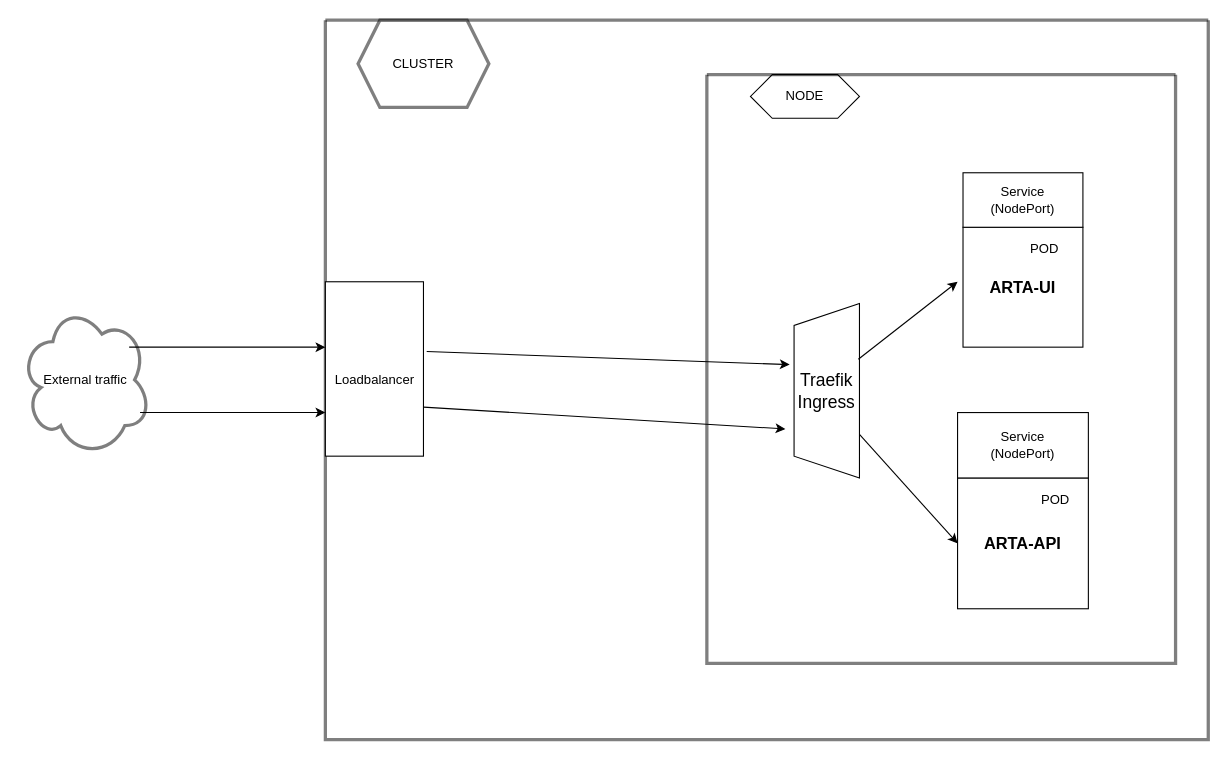
This is Untitled Diagram.drawio from Ashwin-Raj18/git-flow, a draw.io file, before an edit. Source tidied: cells renumbered, new cells numbered last; positions are measured from the earlier drawing's top-left corner, leaving out a move shared by most shapes. Both pictures are drawn from the tidied source at 109%, with x=0, y=0 at pixel (20, 20).
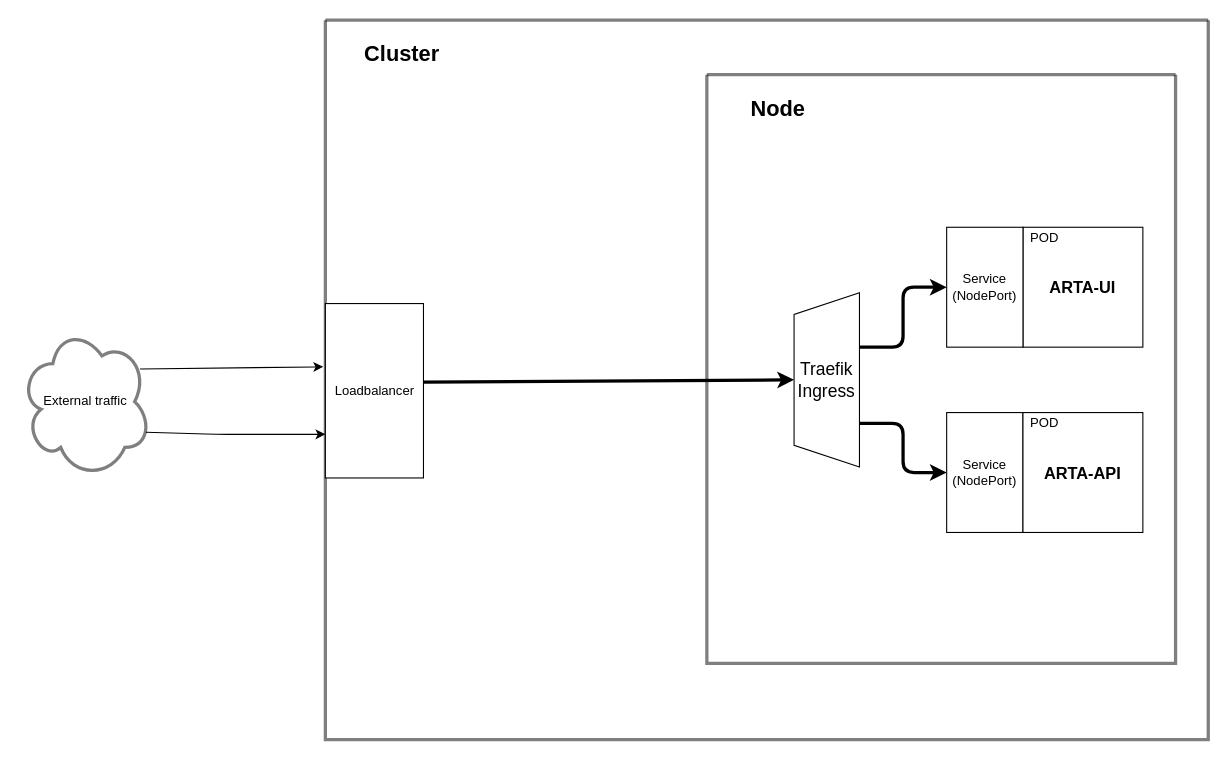
After the change.

The change refers to these unchanged cells:
```xml
<mxCell id="7" style="swimlane;startSize=0;strokeWidth=3;opacity=50;" parent="1" vertex="1">
  <mxGeometry x="280" width="810" height="660" as="geometry" />
</mxCell>
<mxCell id="15" style="swimlane;startSize=0;strokeWidth=3;opacity=50;" parent="7" vertex="1">
  <mxGeometry x="350" y="50" width="430" height="540" as="geometry" />
</mxCell>
```

The edit, as a diff of the source:
```diff
@@
-    <mxCell id="2" value="&lt;b&gt;&lt;font style=&quot;font-size: 15px&quot;&gt;ARTA-UI&lt;/font&gt;&lt;/b&gt;" style="whiteSpace=wrap;html=1;" parent="1" vertex="1">
-      <mxGeometry x="865" y="190" width="110" height="110" as="geometry" />
-    </mxCell>
-    <mxCell id="3" value="&lt;span&gt;Service&lt;/span&gt;&lt;br&gt;&lt;span&gt;(NodePort)&lt;/span&gt;" style="rounded=0;whiteSpace=wrap;html=1;" parent="1" vertex="1">
-      <mxGeometry x="865" y="140" width="110" height="50" as="geometry" />
-    </mxCell>
-    <mxCell id="4" value="&lt;b&gt;&lt;font style=&quot;font-size: 15px&quot;&gt;ARTA-API&lt;/font&gt;&lt;/b&gt;" style="whiteSpace=wrap;html=1;" parent="1" vertex="1">
-      <mxGeometry x="860" y="420" width="120" height="120" as="geometry" />
-    </mxCell>
-    <mxCell id="5" value="Service&lt;br&gt;(NodePort)" style="rounded=0;whiteSpace=wrap;html=1;" parent="1" vertex="1">
-      <mxGeometry x="860" y="360" width="120" height="60" as="geometry" />
-    </mxCell>
-    <mxCell id="6" value="NODE" style="shape=hexagon;perimeter=hexagonPerimeter2;whiteSpace=wrap;html=1;fixedSize=1;" parent="1" vertex="1">
-      <mxGeometry x="670" y="50" width="100" height="40" as="geometry" />
-    </mxCell>
@@
     <mxCell id="8" style="rounded=0;whiteSpace=wrap;html=1;" parent="7" vertex="1">
-      <mxGeometry y="240" width="90" height="160" as="geometry" />
+      <mxGeometry y="260" width="90" height="160" as="geometry" />
     </mxCell>
     <mxCell id="9" value="Loadbalancer" style="text;html=1;strokeColor=none;fillColor=none;align=center;verticalAlign=middle;whiteSpace=wrap;rounded=0;opacity=50;rotation=0;" parent="7" vertex="1">
-      <mxGeometry x="-7.5" y="320" width="105" height="20" as="geometry" />
+      <mxGeometry x="-7.5" y="330" width="105" height="20" as="geometry" />
     </mxCell>
-    <mxCell id="10" style="endArrow=classic;html=1;entryX=0.281;entryY=-0.133;entryDx=0;entryDy=0;entryPerimeter=0;" parent="7" edge="1" target="12">
-      <mxGeometry relative="1" as="geometry">
-        <mxPoint x="90" y="355" as="sourcePoint" />
-      </mxGeometry>
-    </mxCell>
-    <mxCell id="11" value="CLUSTER" style="shape=hexagon;perimeter=hexagonPerimeter2;whiteSpace=wrap;html=1;fixedSize=1;strokeWidth=3;opacity=50;" parent="7" vertex="1">
-      <mxGeometry x="30" width="120" height="80" as="geometry" />
-    </mxCell>
-    <mxCell id="12" value="&lt;span style=&quot;font-size: 16px&quot;&gt;Traefik&lt;/span&gt;&lt;br style=&quot;font-size: 16px&quot;&gt;&lt;span style=&quot;font-size: 16px&quot;&gt;Ingress&lt;/span&gt;" style="shape=trapezoid;perimeter=trapezoidPerimeter;whiteSpace=wrap;html=1;fixedSize=1;direction=north;" parent="7" vertex="1">
-      <mxGeometry x="430" y="260" width="60" height="160" as="geometry" />
-    </mxCell>
-    <mxCell id="13" style="endArrow=classic;html=1;exitX=1.033;exitY=0.4;exitDx=0;exitDy=0;exitPerimeter=0;entryX=0.65;entryY=-0.067;entryDx=0;entryDy=0;entryPerimeter=0;" parent="7" edge="1" source="8" target="12">
-      <mxGeometry relative="1" as="geometry" />
-    </mxCell>
@@
+    <mxCell id="22" value="&lt;font style=&quot;font-size: 20px&quot;&gt;&lt;b&gt;Node&lt;/b&gt;&lt;/font&gt;" style="text;html=1;align=center;verticalAlign=middle;strokeColor=none;" parent="15" vertex="1">
+      <mxGeometry x="30" y="20" width="70" height="20" as="geometry" />
+    </mxCell>
+    <mxCell id="12" value="&lt;span style=&quot;font-size: 16px&quot;&gt;Traefik&lt;/span&gt;&lt;br style=&quot;font-size: 16px&quot;&gt;&lt;span style=&quot;font-size: 16px&quot;&gt;Ingress&lt;/span&gt;" style="shape=trapezoid;perimeter=trapezoidPerimeter;whiteSpace=wrap;html=1;fixedSize=1;direction=north;" parent="15" vertex="1">
+      <mxGeometry x="80" y="200" width="60" height="160" as="geometry" />
+    </mxCell>
+    <mxCell id="2" value="&lt;b&gt;&lt;font style=&quot;font-size: 15px&quot;&gt;ARTA-UI&lt;/font&gt;&lt;/b&gt;" style="whiteSpace=wrap;html=1;" parent="15" vertex="1">
+      <mxGeometry x="290" y="140" width="110" height="110" as="geometry" />
+    </mxCell>
+    <mxCell id="3" value="&lt;span&gt;Service&lt;/span&gt;&lt;br&gt;&lt;span&gt;(NodePort)&lt;/span&gt;" style="rounded=0;whiteSpace=wrap;html=1;" parent="15" vertex="1">
+      <mxGeometry x="220" y="140" width="70" height="110" as="geometry" />
+    </mxCell>
+    <mxCell id="5" value="Service&lt;br&gt;(NodePort)" style="rounded=0;whiteSpace=wrap;html=1;" parent="15" vertex="1">
+      <mxGeometry x="220" y="310" width="70" height="110" as="geometry" />
+    </mxCell>
+    <mxCell id="4" value="&lt;b&gt;&lt;font style=&quot;font-size: 15px&quot;&gt;ARTA-API&lt;/font&gt;&lt;/b&gt;" style="whiteSpace=wrap;html=1;" parent="15" vertex="1">
+      <mxGeometry x="290" y="310" width="110" height="110" as="geometry" />
+    </mxCell>
+    <mxCell id="21" value="POD" style="text;html=1;strokeColor=none;fillColor=none;align=center;verticalAlign=middle;whiteSpace=wrap;rounded=0;opacity=50;" parent="15" vertex="1">
+      <mxGeometry x="290" y="140" width="40" height="20" as="geometry" />
+    </mxCell>
+    <mxCell id="23" style="edgeStyle=elbowEdgeStyle;elbow=horizontal;endArrow=classic;html=1;strokeWidth=3;entryX=0;entryY=0.5;entryDx=0;entryDy=0;" parent="15" edge="1" target="5">
+      <mxGeometry relative="1" as="geometry">
+        <mxPoint x="140" y="320" as="sourcePoint" />
+      </mxGeometry>
+    </mxCell>
+    <mxCell id="24" value="&lt;font size=&quot;1&quot;&gt;&lt;b style=&quot;font-size: 20px&quot;&gt;Cluster&lt;/b&gt;&lt;/font&gt;" style="text;html=1;align=center;verticalAlign=middle;strokeColor=none;" parent="7" vertex="1">
+      <mxGeometry x="30" y="20" width="80" height="20" as="geometry" />
+    </mxCell>
+    <mxCell id="25" style="endArrow=classic;html=1;strokeWidth=3;exitX=0.929;exitY=0.1;exitDx=0;exitDy=0;exitPerimeter=0;entryX=0.5;entryY=0;entryDx=0;entryDy=0;" parent="7" edge="1" source="9" target="12">
+      <mxGeometry relative="1" as="geometry" />
+    </mxCell>
     <mxCell id="16" value="External traffic" style="ellipse;shape=cloud;whiteSpace=wrap;html=1;strokeWidth=3;opacity=50;" parent="1" vertex="1">
-      <mxGeometry y="260" width="120" height="140" as="geometry" />
+      <mxGeometry y="280" width="120" height="140" as="geometry" />
     </mxCell>
-    <mxCell id="17" style="endArrow=classic;html=1;" parent="1" edge="1">
+    <mxCell id="17" style="endArrow=classic;html=1;entryX=-0.022;entryY=0.363;entryDx=0;entryDy=0;entryPerimeter=0;" parent="1" edge="1" target="8">
       <mxGeometry relative="1" as="geometry">
-        <mxPoint x="100" y="300" as="sourcePoint" />
-        <mxPoint x="280" y="300" as="targetPoint" />
+        <mxPoint x="110" y="320" as="sourcePoint" />
       </mxGeometry>
     </mxCell>
-    <mxCell id="18" style="endArrow=classic;html=1;entryX=0;entryY=0.75;entryDx=0;entryDy=0;" parent="1" edge="1" target="8">
+    <mxCell id="18" style="endArrow=classic;html=1;entryX=0;entryY=0.75;entryDx=0;entryDy=0;exitX=0.96;exitY=0.7;exitDx=0;exitDy=0;exitPerimeter=0;" parent="1" edge="1" source="16" target="8">
       <mxGeometry relative="1" as="geometry">
-        <mxPoint x="110" y="360" as="sourcePoint" />
+        <Array as="points">
+          <mxPoint x="180" y="380" />
+        </Array>
       </mxGeometry>
     </mxCell>
-    <mxCell id="19" style="endArrow=classic;html=1;exitX=0.681;exitY=0.983;exitDx=0;exitDy=0;exitPerimeter=0;" parent="1" edge="1" source="12">
-      <mxGeometry relative="1" as="geometry">
-        <mxPoint x="860" y="240" as="targetPoint" />
-      </mxGeometry>
-    </mxCell>
-    <mxCell id="20" style="endArrow=classic;html=1;entryX=0;entryY=0.5;entryDx=0;entryDy=0;exitX=0.25;exitY=1;exitDx=0;exitDy=0;" parent="1" edge="1" source="12" target="4">
-      <mxGeometry relative="1" as="geometry" />
-    </mxCell>
-    <mxCell id="21" value="POD" style="text;html=1;strokeColor=none;fillColor=none;align=center;verticalAlign=middle;whiteSpace=wrap;rounded=0;opacity=50;" parent="1" vertex="1">
-      <mxGeometry x="920" y="200" width="40" height="20" as="geometry" />
-    </mxCell>
+    <mxCell id="26" value="POD" style="text;html=1;strokeColor=none;fillColor=none;align=center;verticalAlign=middle;whiteSpace=wrap;rounded=0;opacity=50;" parent="1" vertex="1">
+      <mxGeometry x="920" y="360" width="40" height="20" as="geometry" />
+    </mxCell>
+    <mxCell id="27" style="edgeStyle=elbowEdgeStyle;elbow=horizontal;endArrow=classic;html=1;strokeWidth=3;entryX=0;entryY=0.5;entryDx=0;entryDy=0;" parent="1" edge="1" target="3">
+      <mxGeometry relative="1" as="geometry">
+        <mxPoint x="770" y="300" as="sourcePoint" />
+      </mxGeometry>
+    </mxCell>
```
